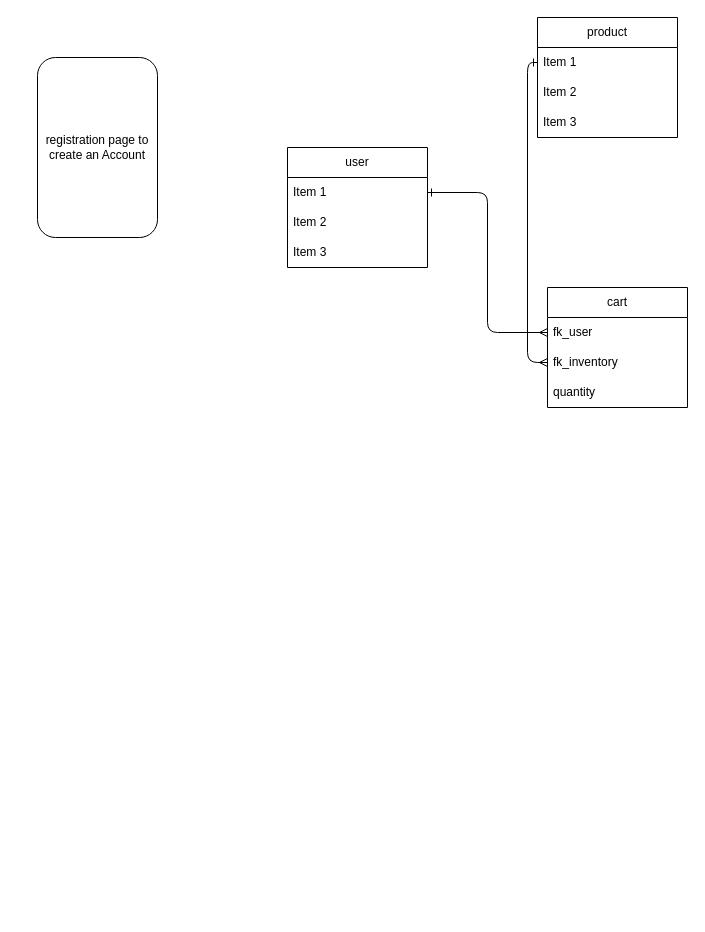
Before: PHP_Day05_10/PHP06_draw.drawio in janPawek/PHPexcercises, a draw.io diagram. Source tidied: cells renumbered, new cells numbered last; positions are measured from the earlier drawing's top-left corner, leaving out a move shared by most shapes. Both pictures are drawn from the tidied source at 100%, with x=0, y=0 at pixel (37, 17).
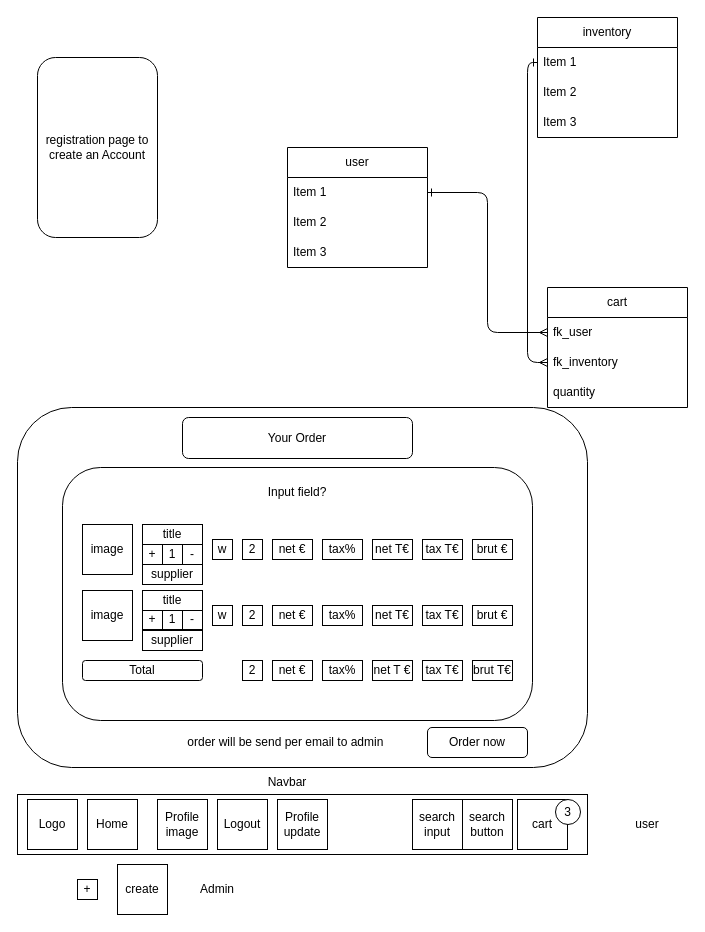
After the change.

Commit message (it also covers changes not shown here):
add cart and debugging

What changed in the source:
```diff
@@
+    <mxCell id="17" style="rounded=1;whiteSpace=wrap;html=1;" parent="1" vertex="1">
+      <mxGeometry x="-20" y="390" width="570" height="360" as="geometry" />
+    </mxCell>
@@
-    <mxCell id="7" value="product" style="swimlane;fontStyle=0;horizontal=1;startSize=30;whiteSpace=wrap;html=1;" parent="1" vertex="1">
+    <mxCell id="7" value="inventory" style="swimlane;fontStyle=0;horizontal=1;startSize=30;whiteSpace=wrap;html=1;" parent="1" vertex="1">
       <mxGeometry x="500" width="140" height="120" as="geometry" />
     </mxCell>
@@
+    <mxCell id="18" style="rounded=0;whiteSpace=wrap;html=1;" parent="1" vertex="1">
+      <mxGeometry x="-20" y="777" width="570" height="60" as="geometry" />
+    </mxCell>
+    <mxCell id="19" value="Navbar" style="text;html=1;strokeColor=none;fillColor=none;align=center;verticalAlign=middle;whiteSpace=wrap;rounded=0;" parent="1" vertex="1">
+      <mxGeometry x="220" y="750" width="60" height="30" as="geometry" />
+    </mxCell>
+    <mxCell id="20" value="Logo" style="whiteSpace=wrap;html=1;" parent="1" vertex="1">
+      <mxGeometry x="-10" y="782" width="50" height="50" as="geometry" />
+    </mxCell>
+    <mxCell id="21" value="Home" style="whiteSpace=wrap;html=1;" parent="1" vertex="1">
+      <mxGeometry x="50" y="782" width="50" height="50" as="geometry" />
+    </mxCell>
+    <mxCell id="22" value="search input" style="whiteSpace=wrap;html=1;" parent="1" vertex="1">
+      <mxGeometry x="375" y="782" width="50" height="50" as="geometry" />
+    </mxCell>
+    <mxCell id="23" value="search button" style="whiteSpace=wrap;html=1;" parent="1" vertex="1">
+      <mxGeometry x="425" y="782" width="50" height="50" as="geometry" />
+    </mxCell>
+    <mxCell id="24" value="cart" style="whiteSpace=wrap;html=1;" parent="1" vertex="1">
+      <mxGeometry x="480" y="782" width="50" height="50" as="geometry" />
+    </mxCell>
+    <mxCell id="25" value="3" style="ellipse;whiteSpace=wrap;html=1;" parent="1" vertex="1">
+      <mxGeometry x="518" y="782" width="25" height="25" as="geometry" />
+    </mxCell>
+    <mxCell id="26" value="Profile image" style="whiteSpace=wrap;html=1;" parent="1" vertex="1">
+      <mxGeometry x="120" y="782" width="50" height="50" as="geometry" />
+    </mxCell>
+    <mxCell id="27" value="Logout" style="whiteSpace=wrap;html=1;" parent="1" vertex="1">
+      <mxGeometry x="180" y="782" width="50" height="50" as="geometry" />
+    </mxCell>
+    <mxCell id="28" value="Profile update" style="whiteSpace=wrap;html=1;" parent="1" vertex="1">
+      <mxGeometry x="240" y="782" width="50" height="50" as="geometry" />
+    </mxCell>
+    <mxCell id="29" value="create" style="whiteSpace=wrap;html=1;" parent="1" vertex="1">
+      <mxGeometry x="80" y="847" width="50" height="50" as="geometry" />
+    </mxCell>
+    <mxCell id="30" value="Admin" style="text;html=1;strokeColor=none;fillColor=none;align=center;verticalAlign=middle;whiteSpace=wrap;rounded=0;" parent="1" vertex="1">
+      <mxGeometry x="150" y="857" width="60" height="30" as="geometry" />
+    </mxCell>
+    <mxCell id="31" value="user" style="text;html=1;strokeColor=none;fillColor=none;align=center;verticalAlign=middle;whiteSpace=wrap;rounded=0;" parent="1" vertex="1">
+      <mxGeometry x="580" y="792" width="60" height="30" as="geometry" />
+    </mxCell>
+    <mxCell id="32" value="+" style="whiteSpace=wrap;html=1;" parent="1" vertex="1">
+      <mxGeometry x="40" y="862" width="20" height="20" as="geometry" />
+    </mxCell>
+    <mxCell id="33" value="Order now" style="rounded=1;whiteSpace=wrap;html=1;" parent="1" vertex="1">
+      <mxGeometry x="390" y="710" width="100" height="30" as="geometry" />
+    </mxCell>
+    <mxCell id="34" value="order will be send per email to admin&amp;nbsp;" style="text;html=1;strokeColor=none;fillColor=none;align=center;verticalAlign=middle;whiteSpace=wrap;rounded=0;" parent="1" vertex="1">
+      <mxGeometry x="130" y="710" width="240" height="30" as="geometry" />
+    </mxCell>
+    <mxCell id="35" style="rounded=1;whiteSpace=wrap;html=1;" parent="1" vertex="1">
+      <mxGeometry x="25" y="450" width="470" height="253" as="geometry" />
+    </mxCell>
+    <mxCell id="36" value="image" style="whiteSpace=wrap;html=1;" parent="1" vertex="1">
+      <mxGeometry x="45" y="507" width="50" height="50" as="geometry" />
+    </mxCell>
+    <mxCell id="37" value="+" style="whiteSpace=wrap;html=1;" parent="1" vertex="1">
+      <mxGeometry x="105" y="527" width="20" height="20" as="geometry" />
+    </mxCell>
+    <mxCell id="38" value="-" style="whiteSpace=wrap;html=1;" parent="1" vertex="1">
+      <mxGeometry x="145" y="527" width="20" height="20" as="geometry" />
+    </mxCell>
+    <mxCell id="39" value="1" style="whiteSpace=wrap;html=1;" parent="1" vertex="1">
+      <mxGeometry x="125" y="527" width="20" height="20" as="geometry" />
+    </mxCell>
+    <mxCell id="40" value="2" style="rounded=0;whiteSpace=wrap;html=1;" parent="1" vertex="1">
+      <mxGeometry x="205" y="522" width="20" height="20" as="geometry" />
+    </mxCell>
+    <mxCell id="41" value="net €" style="rounded=0;whiteSpace=wrap;html=1;" parent="1" vertex="1">
+      <mxGeometry x="235" y="522" width="40" height="20" as="geometry" />
+    </mxCell>
+    <mxCell id="42" value="tax%" style="rounded=0;whiteSpace=wrap;html=1;" parent="1" vertex="1">
+      <mxGeometry x="285" y="522" width="40" height="20" as="geometry" />
+    </mxCell>
+    <mxCell id="43" value="net T€" style="rounded=0;whiteSpace=wrap;html=1;" parent="1" vertex="1">
+      <mxGeometry x="335" y="522" width="40" height="20" as="geometry" />
+    </mxCell>
+    <mxCell id="44" value="tax T€" style="rounded=0;whiteSpace=wrap;html=1;" parent="1" vertex="1">
+      <mxGeometry x="385" y="522" width="40" height="20" as="geometry" />
+    </mxCell>
+    <mxCell id="45" value="brut €" style="rounded=0;whiteSpace=wrap;html=1;" parent="1" vertex="1">
+      <mxGeometry x="435" y="522" width="40" height="20" as="geometry" />
+    </mxCell>
+    <mxCell id="46" value="title" style="rounded=0;whiteSpace=wrap;html=1;" parent="1" vertex="1">
+      <mxGeometry x="105" y="507" width="60" height="20" as="geometry" />
+    </mxCell>
+    <mxCell id="47" value="w" style="whiteSpace=wrap;html=1;" parent="1" vertex="1">
+      <mxGeometry x="175" y="522" width="20" height="20" as="geometry" />
+    </mxCell>
+    <mxCell id="48" value="Your Order" style="rounded=1;whiteSpace=wrap;html=1;" parent="1" vertex="1">
+      <mxGeometry x="145" y="400" width="230" height="41" as="geometry" />
+    </mxCell>
+    <mxCell id="49" value="image" style="whiteSpace=wrap;html=1;" parent="1" vertex="1">
+      <mxGeometry x="45" y="573" width="50" height="50" as="geometry" />
+    </mxCell>
+    <mxCell id="50" value="+" style="whiteSpace=wrap;html=1;" parent="1" vertex="1">
+      <mxGeometry x="105" y="592" width="20" height="20" as="geometry" />
+    </mxCell>
+    <mxCell id="51" value="-" style="whiteSpace=wrap;html=1;" parent="1" vertex="1">
+      <mxGeometry x="145" y="592" width="20" height="20" as="geometry" />
+    </mxCell>
+    <mxCell id="52" value="1" style="whiteSpace=wrap;html=1;" parent="1" vertex="1">
+      <mxGeometry x="125" y="592" width="20" height="20" as="geometry" />
+    </mxCell>
+    <mxCell id="53" value="2" style="rounded=0;whiteSpace=wrap;html=1;" parent="1" vertex="1">
+      <mxGeometry x="205" y="588" width="20" height="20" as="geometry" />
+    </mxCell>
+    <mxCell id="54" value="net €" style="rounded=0;whiteSpace=wrap;html=1;" parent="1" vertex="1">
+      <mxGeometry x="235" y="588" width="40" height="20" as="geometry" />
+    </mxCell>
+    <mxCell id="55" value="tax%" style="rounded=0;whiteSpace=wrap;html=1;" parent="1" vertex="1">
+      <mxGeometry x="285" y="588" width="40" height="20" as="geometry" />
+    </mxCell>
+    <mxCell id="56" value="net T€" style="rounded=0;whiteSpace=wrap;html=1;" parent="1" vertex="1">
+      <mxGeometry x="335" y="588" width="40" height="20" as="geometry" />
+    </mxCell>
+    <mxCell id="57" value="tax T€" style="rounded=0;whiteSpace=wrap;html=1;" parent="1" vertex="1">
+      <mxGeometry x="385" y="588" width="40" height="20" as="geometry" />
+    </mxCell>
+    <mxCell id="58" value="brut €" style="rounded=0;whiteSpace=wrap;html=1;" parent="1" vertex="1">
+      <mxGeometry x="435" y="588" width="40" height="20" as="geometry" />
+    </mxCell>
+    <mxCell id="59" value="title" style="rounded=0;whiteSpace=wrap;html=1;" parent="1" vertex="1">
+      <mxGeometry x="105" y="573" width="60" height="20" as="geometry" />
+    </mxCell>
+    <mxCell id="60" value="w" style="whiteSpace=wrap;html=1;" parent="1" vertex="1">
+      <mxGeometry x="175" y="588" width="20" height="20" as="geometry" />
+    </mxCell>
+    <mxCell id="61" value="Total" style="rounded=1;whiteSpace=wrap;html=1;" parent="1" vertex="1">
+      <mxGeometry x="45" y="643" width="120" height="20" as="geometry" />
+    </mxCell>
+    <mxCell id="62" value="2" style="rounded=0;whiteSpace=wrap;html=1;" parent="1" vertex="1">
+      <mxGeometry x="205" y="643" width="20" height="20" as="geometry" />
+    </mxCell>
+    <mxCell id="63" value="net €" style="rounded=0;whiteSpace=wrap;html=1;" parent="1" vertex="1">
+      <mxGeometry x="235" y="643" width="40" height="20" as="geometry" />
+    </mxCell>
+    <mxCell id="64" value="tax%" style="rounded=0;whiteSpace=wrap;html=1;" parent="1" vertex="1">
+      <mxGeometry x="285" y="643" width="40" height="20" as="geometry" />
+    </mxCell>
+    <mxCell id="65" value="net T €" style="rounded=0;whiteSpace=wrap;html=1;" parent="1" vertex="1">
+      <mxGeometry x="335" y="643" width="40" height="20" as="geometry" />
+    </mxCell>
+    <mxCell id="66" value="tax T€" style="rounded=0;whiteSpace=wrap;html=1;" parent="1" vertex="1">
+      <mxGeometry x="385" y="643" width="40" height="20" as="geometry" />
+    </mxCell>
+    <mxCell id="67" value="brut T€" style="rounded=0;whiteSpace=wrap;html=1;" parent="1" vertex="1">
+      <mxGeometry x="435" y="643" width="40" height="20" as="geometry" />
+    </mxCell>
+    <mxCell id="68" value="supplier" style="rounded=0;whiteSpace=wrap;html=1;" parent="1" vertex="1">
+      <mxGeometry x="105" y="613" width="60" height="20" as="geometry" />
+    </mxCell>
+    <mxCell id="69" value="supplier" style="rounded=0;whiteSpace=wrap;html=1;" parent="1" vertex="1">
+      <mxGeometry x="105" y="547" width="60" height="20" as="geometry" />
+    </mxCell>
+    <mxCell id="70" value="Input field?" style="text;html=1;strokeColor=none;fillColor=none;align=center;verticalAlign=middle;whiteSpace=wrap;rounded=0;" parent="1" vertex="1">
+      <mxGeometry x="150" y="460" width="220" height="30" as="geometry" />
+    </mxCell>
```
